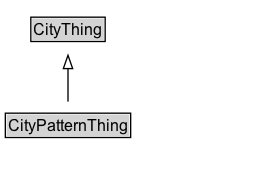
Before: docs/diagrams/CityPatternThing.dot.png, a diagram exported from Graphviz (ISO-TC204/ontology-cdm-p2-v1). Its source is kept beside it as docs/diagrams/CityPatternThing.dot.
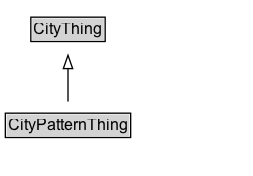
The same diagram one commit later.

Diff of the diagram source:
```diff
@@ -3,13 +3,16 @@
 	node [fontname=Arial fontsize=12 margin=0 shape=none]
 	edge [fontname=Arial fontsize=11]
 	{
+		rank=source
+		CityThing [label=<<TABLE BORDER="1" CELLBORDER="0" CELLSPACING="0" CELLPADDING="1"><TR><TD BGCOLOR="lightgray" ALIGN="CENTER">CityThing</TD></TR></TABLE>> URL="../CityThing" margin=0]
+	}
+	CityPatternThing [label=<<TABLE BORDER="1" CELLBORDER="0" CELLSPACING="0" CELLPADDING="1"><TR><TD BGCOLOR="lightgray" ALIGN="CENTER">CityPatternThing</TD></TR></TABLE>> URL="../CityPatternThing" margin=0]
+	{
 		rank=max
-		CityPatternThing [label=<<TABLE BORDER="1" CELLBORDER="0" CELLSPACING="0" CELLPADDING="1"><TR><TD BGCOLOR="lightgray" ALIGN="CENTER" PORT="e">CityPatternThing</TD></TR></TABLE>> URL="../CityPatternThing.md" margin=0]
 	}
 	subgraph cluster_associated {
 		label="" style=invis
 		Invis [label=<<TABLE BORDER="0" CELLBORDER="0" CELLSPACING="0" CELLPADDING="1"><TR><TD></TD></TR></TABLE>> margin=0 style=invis]
 	}
-	CityThing [label=<<TABLE BORDER="1" CELLBORDER="0" CELLSPACING="0" CELLPADDING="1"><TR><TD BGCOLOR="lightgray" ALIGN="CENTER">CityThing</TD></TR></TABLE>> URL="../CityThing.md" margin=0]
 	CityPatternThing -> CityThing [arrowhead=onormal style=solid]
 }
```
